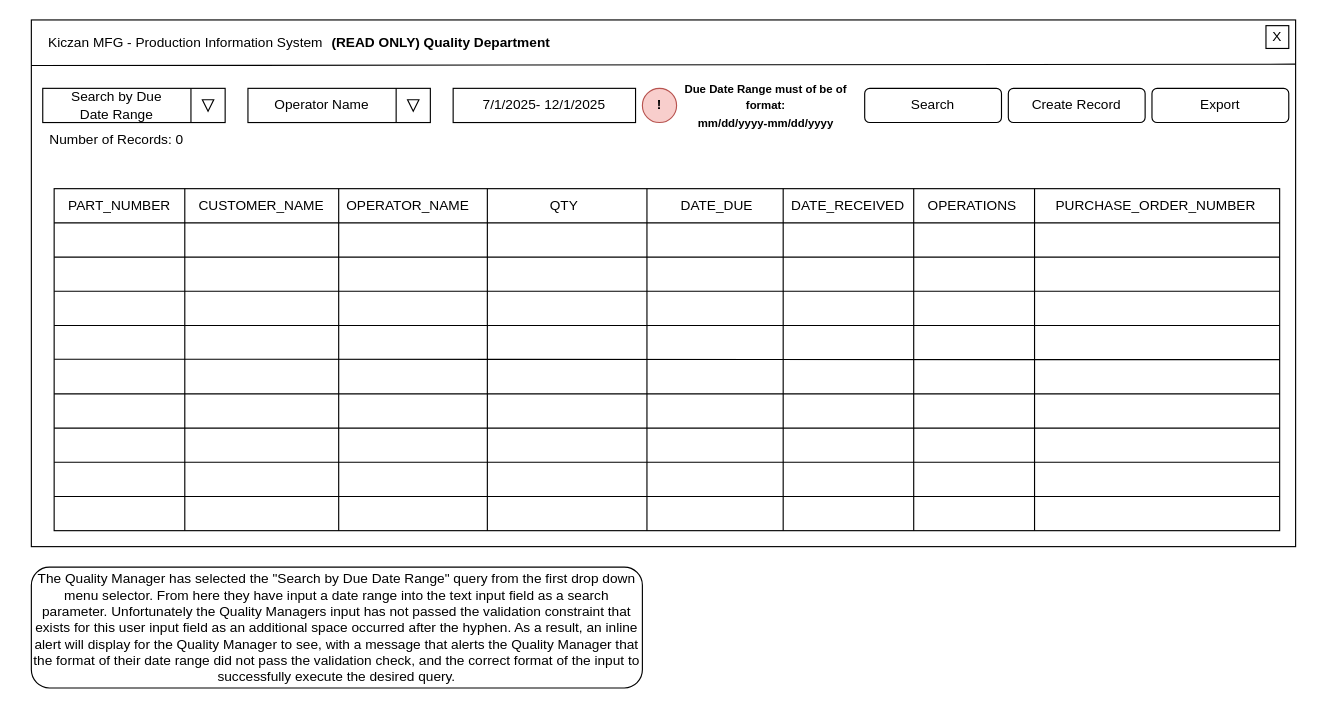
JrST90/Team2CapstoneProject keeps this draw.io diagram as Main User Interface Wireframe Search By Due Date Range (READONLY) VALIDATION ERROR.drawio. Above is the earlier version. Source tidied: cells renumbered, new cells numbered last; positions are measured from the earlier drawing's top-left corner, leaving out a move shared by most shapes. Both pictures are drawn from the tidied source at 114%, with x=0, y=0 at pixel (19, 19).
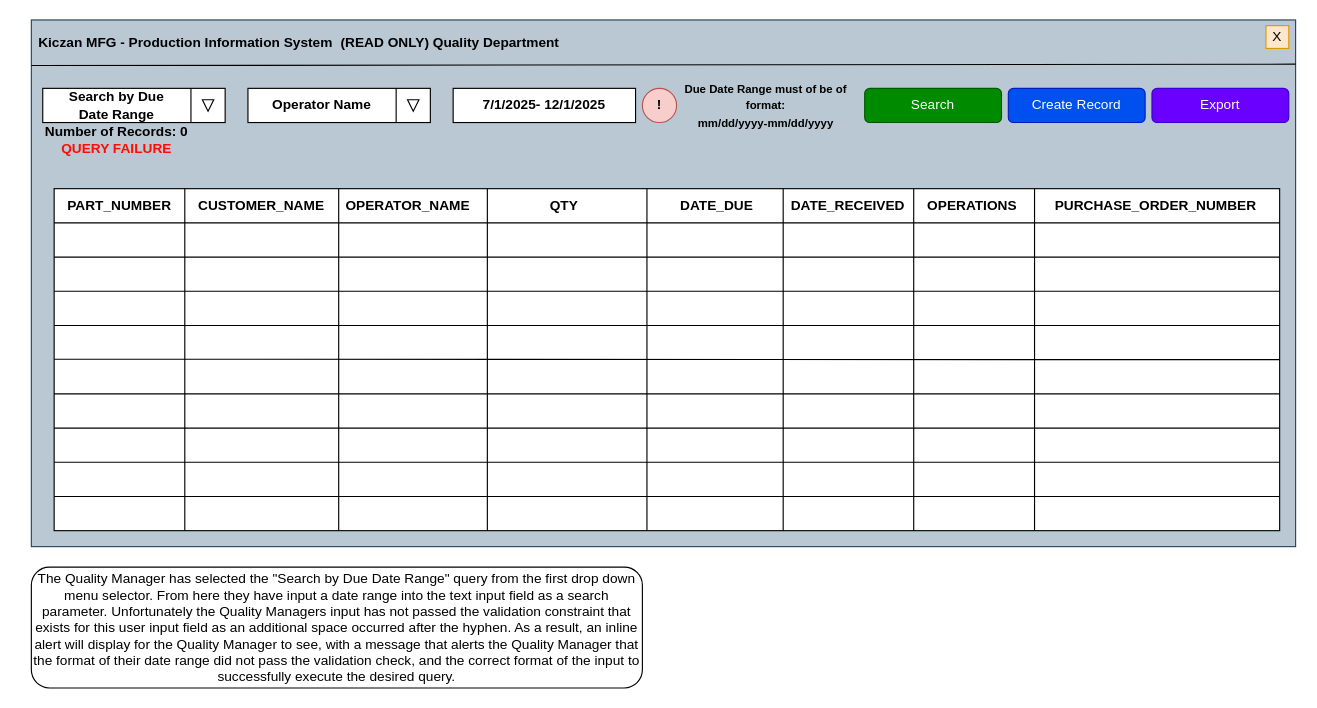
After the change.

The edit, as a diff of the source:
```diff
@@
-    <mxCell id="2" style="rounded=0;whiteSpace=wrap;html=1;" parent="1" vertex="1">
+    <mxCell id="2" style="rounded=0;whiteSpace=wrap;html=1;fillColor=#bac8d3;strokeColor=#23445d;" parent="1" vertex="1">
       <mxGeometry x="10" width="1109" height="462" as="geometry" />
     </mxCell>
@@
-    <mxCell id="4" value="X" style="whiteSpace=wrap;html=1;" parent="1" vertex="1">
+    <mxCell id="4" value="X" style="whiteSpace=wrap;html=1;fillColor=#ffe6cc;strokeColor=#d79b00;" parent="1" vertex="1">
       <mxGeometry x="1093" y="5" width="20" height="20" as="geometry" />
     </mxCell>
-    <mxCell id="5" value="Kiczan MFG - Production Information System" style="text;html=1;whiteSpace=wrap;strokeColor=none;fillColor=none;align=center;verticalAlign=middle;rounded=0;" parent="1" vertex="1">
+    <mxCell id="5" value="&lt;b&gt;Kiczan MFG - Production Information System&lt;/b&gt;" style="text;html=1;whiteSpace=wrap;strokeColor=none;fillColor=none;align=center;verticalAlign=middle;rounded=0;" parent="1" vertex="1">
       <mxGeometry x="10" y="5" width="271" height="30" as="geometry" />
     </mxCell>
@@
-    <mxCell id="8" value="7/1/2025- 12/1/2025" style="rounded=0;whiteSpace=wrap;html=1;" parent="1" vertex="1">
+    <mxCell id="8" value="&lt;b&gt;7/1/2025- 12/1/2025&lt;/b&gt;" style="rounded=0;whiteSpace=wrap;html=1;" parent="1" vertex="1">
       <mxGeometry x="380" y="60" width="160" height="30" as="geometry" />
     </mxCell>
-    <mxCell id="9" value="Search" style="rounded=1;whiteSpace=wrap;html=1;" parent="1" vertex="1">
+    <mxCell id="9" value="Search" style="rounded=1;whiteSpace=wrap;html=1;fillColor=#008a00;fontColor=#ffffff;strokeColor=#005700;" parent="1" vertex="1">
       <mxGeometry x="741" y="60" width="120" height="30" as="geometry" />
     </mxCell>
-    <mxCell id="10" value="Search by Due Date Range" style="text;html=1;whiteSpace=wrap;strokeColor=none;fillColor=none;align=center;verticalAlign=middle;rounded=0;" parent="1" vertex="1">
+    <mxCell id="10" value="&lt;b&gt;Search by Due Date Range&lt;/b&gt;" style="text;html=1;whiteSpace=wrap;strokeColor=none;fillColor=none;align=center;verticalAlign=middle;rounded=0;" parent="1" vertex="1">
       <mxGeometry x="40" y="60" width="90" height="30" as="geometry" />
     </mxCell>
@@
-    <mxCell id="14" value="Operator Name" style="text;html=1;whiteSpace=wrap;strokeColor=none;fillColor=none;align=center;verticalAlign=middle;rounded=0;" parent="1" vertex="1">
+    <mxCell id="14" value="&lt;b&gt;Operator Name&lt;/b&gt;" style="text;html=1;whiteSpace=wrap;strokeColor=none;fillColor=none;align=center;verticalAlign=middle;rounded=0;" parent="1" vertex="1">
       <mxGeometry x="190" y="60" width="150" height="30" as="geometry" />
     </mxCell>
@@
-    <mxCell id="30" value="Number of Records: 0" style="text;html=1;whiteSpace=wrap;strokeColor=none;fillColor=none;align=center;verticalAlign=middle;rounded=0;" parent="1" vertex="1">
+    <mxCell id="30" value="&lt;b&gt;Number of Records: 0 &lt;font style=&quot;color: rgb(255, 12, 3);&quot;&gt;QUERY FAILURE&lt;/font&gt;&lt;/b&gt;" style="text;html=1;whiteSpace=wrap;strokeColor=none;fillColor=none;align=center;verticalAlign=middle;rounded=0;" parent="1" vertex="1">
       <mxGeometry y="90" width="170" height="30" as="geometry" />
     </mxCell>
-    <mxCell id="31" value="Create Record" style="rounded=1;whiteSpace=wrap;html=1;" parent="1" vertex="1">
+    <mxCell id="31" value="Create Record" style="rounded=1;whiteSpace=wrap;html=1;fillColor=#0050ef;fontColor=#ffffff;strokeColor=#001DBC;" parent="1" vertex="1">
       <mxGeometry x="867" y="60" width="120" height="30" as="geometry" />
     </mxCell>
-    <mxCell id="32" value="PART_NUMBER" style="text;html=1;whiteSpace=wrap;strokeColor=none;fillColor=none;align=center;verticalAlign=middle;rounded=0;" parent="1" vertex="1">
+    <mxCell id="32" value="&lt;b&gt;PART_NUMBER&lt;/b&gt;" style="text;html=1;whiteSpace=wrap;strokeColor=none;fillColor=none;align=center;verticalAlign=middle;rounded=0;" parent="1" vertex="1">
       <mxGeometry x="36" y="148" width="103" height="30" as="geometry" />
     </mxCell>
-    <mxCell id="33" value="CUSTOMER_NAME" style="text;html=1;whiteSpace=wrap;strokeColor=none;fillColor=none;align=center;verticalAlign=middle;rounded=0;" parent="1" vertex="1">
+    <mxCell id="33" value="&lt;b&gt;CUSTOMER_NAME&lt;/b&gt;" style="text;html=1;whiteSpace=wrap;strokeColor=none;fillColor=none;align=center;verticalAlign=middle;rounded=0;" parent="1" vertex="1">
       <mxGeometry x="150" y="148" width="124" height="30" as="geometry" />
     </mxCell>
-    <mxCell id="34" value="OPERATOR_NAME" style="text;html=1;whiteSpace=wrap;strokeColor=none;fillColor=none;align=center;verticalAlign=middle;rounded=0;" parent="1" vertex="1">
+    <mxCell id="34" value="&lt;b&gt;OPERATOR_NAME&lt;/b&gt;" style="text;html=1;whiteSpace=wrap;strokeColor=none;fillColor=none;align=center;verticalAlign=middle;rounded=0;" parent="1" vertex="1">
       <mxGeometry x="285" y="148" width="111" height="30" as="geometry" />
     </mxCell>
-    <mxCell id="35" value="QTY" style="text;html=1;whiteSpace=wrap;strokeColor=none;fillColor=none;align=center;verticalAlign=middle;rounded=0;" parent="1" vertex="1">
+    <mxCell id="35" value="&lt;b&gt;QTY&lt;/b&gt;" style="text;html=1;whiteSpace=wrap;strokeColor=none;fillColor=none;align=center;verticalAlign=middle;rounded=0;" parent="1" vertex="1">
       <mxGeometry x="426" y="148" width="103" height="30" as="geometry" />
     </mxCell>
-    <mxCell id="36" value="DATE_DUE" style="text;html=1;whiteSpace=wrap;strokeColor=none;fillColor=none;align=center;verticalAlign=middle;rounded=0;" parent="1" vertex="1">
+    <mxCell id="36" value="&lt;b&gt;DATE_DUE&lt;/b&gt;" style="text;html=1;whiteSpace=wrap;strokeColor=none;fillColor=none;align=center;verticalAlign=middle;rounded=0;" parent="1" vertex="1">
       <mxGeometry x="560" y="148" width="103" height="30" as="geometry" />
     </mxCell>
-    <mxCell id="37" value="DATE_RECEIVED" style="text;html=1;whiteSpace=wrap;strokeColor=none;fillColor=none;align=center;verticalAlign=middle;rounded=0;" parent="1" vertex="1">
+    <mxCell id="37" value="&lt;b&gt;DATE_RECEIVED&lt;/b&gt;" style="text;html=1;whiteSpace=wrap;strokeColor=none;fillColor=none;align=center;verticalAlign=middle;rounded=0;" parent="1" vertex="1">
       <mxGeometry x="675" y="148" width="103" height="30" as="geometry" />
     </mxCell>
-    <mxCell id="38" value="OPERATIONS" style="text;html=1;whiteSpace=wrap;strokeColor=none;fillColor=none;align=center;verticalAlign=middle;rounded=0;" parent="1" vertex="1">
+    <mxCell id="38" value="&lt;b&gt;OPERATIONS&lt;/b&gt;" style="text;html=1;whiteSpace=wrap;strokeColor=none;fillColor=none;align=center;verticalAlign=middle;rounded=0;" parent="1" vertex="1">
       <mxGeometry x="784" y="148" width="103" height="30" as="geometry" />
     </mxCell>
-    <mxCell id="39" value="PURCHASE_ORDER_NUMBER" style="text;html=1;whiteSpace=wrap;strokeColor=none;fillColor=none;align=center;verticalAlign=middle;rounded=0;" parent="1" vertex="1">
+    <mxCell id="39" value="&lt;b&gt;PURCHASE_ORDER_NUMBER&lt;/b&gt;" style="text;html=1;whiteSpace=wrap;strokeColor=none;fillColor=none;align=center;verticalAlign=middle;rounded=0;" parent="1" vertex="1">
       <mxGeometry x="897" y="148" width="199" height="30" as="geometry" />
     </mxCell>
@@
-    <mxCell id="43" value="Export" style="rounded=1;whiteSpace=wrap;html=1;" parent="1" vertex="1">
+    <mxCell id="43" value="Export" style="rounded=1;whiteSpace=wrap;html=1;fillColor=#6a00ff;fontColor=#ffffff;strokeColor=#3700CC;" parent="1" vertex="1">
       <mxGeometry x="993" y="60" width="120" height="30" as="geometry" />
     </mxCell>
     <mxCell id="44" value="&lt;b&gt;(READ ONLY) Quality Department&lt;/b&gt;" style="text;html=1;whiteSpace=wrap;strokeColor=none;fillColor=none;align=center;verticalAlign=middle;rounded=0;" parent="1" vertex="1">
-      <mxGeometry x="259" y="5" width="221" height="30" as="geometry" />
+      <mxGeometry x="267" y="5" width="221" height="30" as="geometry" />
     </mxCell>
```
